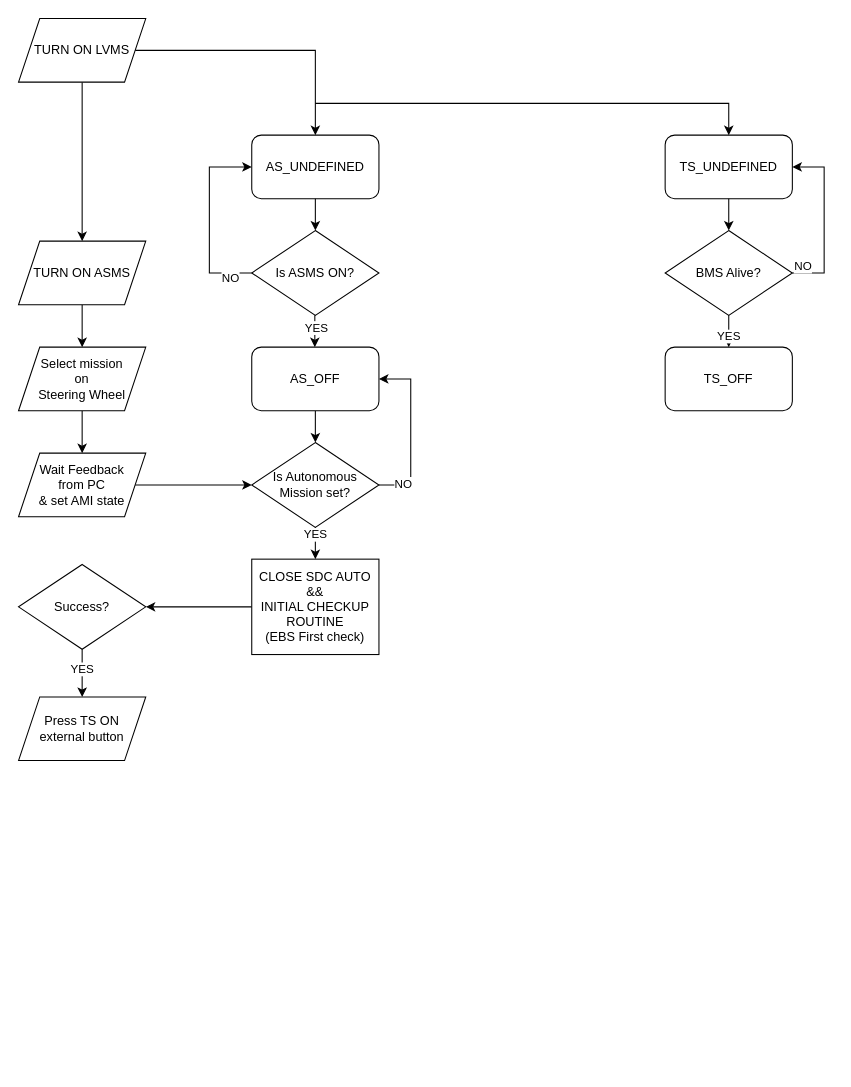
Before: Diagramma senza titolo.drawio in carloFerr/carloFerr, a draw.io diagram. Source tidied: cells renumbered, new cells numbered last; positions are measured from the earlier drawing's top-left corner, leaving out a move shared by most shapes. Both pictures are drawn from the tidied source at 106%, with x=0, y=0 at pixel (18, 18).
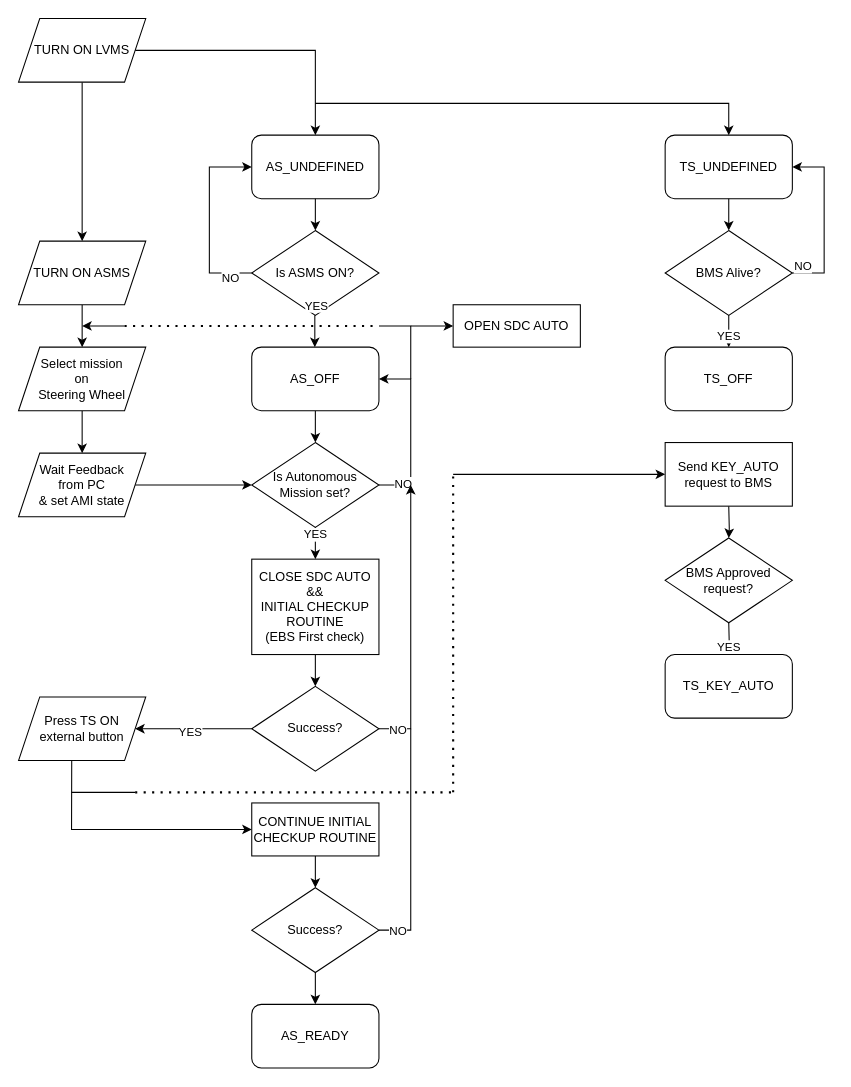
Above is the later version.

Unchanged cells that the change refers to:
```xml
<mxCell id="19" style="endArrow=classic;html=1;rounded=0;exitX=0.5;exitY=1;exitDx=0;exitDy=0;entryX=0.5;entryY=0;entryDx=0;entryDy=0;" parent="1" edge="1">
  <mxGeometry relative="1" as="geometry">
    <mxPoint x="279.5" y="280" as="sourcePoint" />
    <mxPoint x="279.5" y="310" as="targetPoint" />
  </mxGeometry>
</mxCell>
<mxCell id="36" value="Press TS ON&lt;br&gt;external button" style="shape=parallelogram;perimeter=parallelogramPerimeter;whiteSpace=wrap;html=1;fixedSize=1;" parent="1" vertex="1">
  <mxGeometry y="640" width="120" height="60" as="geometry" />
</mxCell>
```

Change to the diagram source:
```diff
@@
     <mxCell id="20" value="YES" style="edgeLabel;html=1;align=center;verticalAlign=middle;" parent="19" vertex="1">
-      <mxGeometry x="-0.25" y="1" relative="1" as="geometry" />
+      <mxGeometry x="-0.25" y="1" relative="1" as="geometry">
+        <mxPoint y="-21" as="offset" />
+      </mxGeometry>
     </mxCell>
@@
+    <mxCell id="39" value="Success?" style="rhombus;whiteSpace=wrap;html=1;" parent="1" vertex="1">
+      <mxGeometry x="220" y="630" width="120" height="80" as="geometry" />
+    </mxCell>
+    <mxCell id="40" style="endArrow=classic;html=1;rounded=0;exitX=1;exitY=0.5;exitDx=0;exitDy=0;" parent="1" edge="1" source="39">
+      <mxGeometry relative="1" as="geometry">
+        <mxPoint x="370" y="440" as="targetPoint" />
+        <Array as="points">
+          <mxPoint x="370" y="670" />
+        </Array>
+      </mxGeometry>
+    </mxCell>
+    <mxCell id="41" value="NO" style="edgeLabel;html=1;align=center;verticalAlign=middle;" parent="40" vertex="1">
+      <mxGeometry x="-0.87" relative="1" as="geometry" />
+    </mxCell>
+    <mxCell id="42" style="endArrow=none;html=1;rounded=0;" parent="1" edge="1">
+      <mxGeometry relative="1" as="geometry">
+        <mxPoint x="370" y="340" as="sourcePoint" />
+        <mxPoint x="340" y="290" as="targetPoint" />
+        <Array as="points">
+          <mxPoint x="370" y="290" />
+        </Array>
+      </mxGeometry>
+    </mxCell>
+    <mxCell id="43" style="endArrow=none;dashed=1;html=1;dashPattern=1 3;strokeWidth=2;rounded=0;" parent="1" edge="1">
+      <mxGeometry relative="1" as="geometry">
+        <mxPoint x="100" y="290" as="sourcePoint" />
+        <mxPoint x="340" y="290" as="targetPoint" />
+      </mxGeometry>
+    </mxCell>
+    <mxCell id="44" style="endArrow=classic;html=1;rounded=0;" parent="1" edge="1">
+      <mxGeometry relative="1" as="geometry">
+        <mxPoint x="100" y="290" as="sourcePoint" />
+        <mxPoint x="60" y="290" as="targetPoint" />
+      </mxGeometry>
+    </mxCell>
-    <mxCell id="37" style="edgeStyle=orthogonalEdgeStyle;rounded=0;jettySize=auto;html=1;" parent="1" edge="1" source="39" target="36">
+    <mxCell id="37" style="endArrow=classic;html=1;rounded=0;exitX=0;exitY=0.5;exitDx=0;exitDy=0;entryX=1;entryY=0.5;entryDx=0;entryDy=0;" parent="1" edge="1" source="39" target="36">
       <mxGeometry relative="1" as="geometry" />
     </mxCell>
-    <mxCell id="38" value="YES" style="edgeLabel;html=1;align=center;verticalAlign=middle;" parent="37" vertex="1">
-      <mxGeometry x="-0.22" y="-1" relative="1" as="geometry" />
-    </mxCell>
-    <mxCell id="39" value="Success?" style="rhombus;whiteSpace=wrap;html=1;" parent="1" vertex="1">
-      <mxGeometry y="515" width="120" height="80" as="geometry" />
-    </mxCell>
+    <mxCell id="45" value="YES" style="edgeLabel;html=1;align=center;verticalAlign=middle;" parent="37" vertex="1">
+      <mxGeometry x="0.07" y="2" relative="1" as="geometry" />
+    </mxCell>
+    <mxCell id="46" style="edgeStyle=orthogonalEdgeStyle;rounded=0;jettySize=auto;html=1;" parent="1" edge="1" source="47" target="49">
+      <mxGeometry relative="1" as="geometry" />
+    </mxCell>
+    <mxCell id="47" value="CONTINUE INITIAL CHECKUP ROUTINE" style="rounded=0;whiteSpace=wrap;html=1;" parent="1" vertex="1">
+      <mxGeometry x="220" y="740" width="120" height="50" as="geometry" />
+    </mxCell>
+    <mxCell id="48" style="endArrow=classic;html=1;rounded=0;exitX=0.418;exitY=1.008;exitDx=0;exitDy=0;exitPerimeter=0;entryX=0;entryY=0.5;entryDx=0;entryDy=0;" parent="1" edge="1" source="36" target="47">
+      <mxGeometry relative="1" as="geometry">
+        <Array as="points">
+          <mxPoint x="50" y="765" />
+        </Array>
+      </mxGeometry>
+    </mxCell>
+    <mxCell id="49" value="Success?" style="rhombus;whiteSpace=wrap;html=1;" parent="1" vertex="1">
+      <mxGeometry x="220" y="820" width="120" height="80" as="geometry" />
+    </mxCell>
+    <mxCell id="50" style="endArrow=none;html=1;rounded=0;exitX=1;exitY=0.5;exitDx=0;exitDy=0;" parent="1" edge="1" source="49">
+      <mxGeometry relative="1" as="geometry">
+        <mxPoint x="370" y="670" as="targetPoint" />
+        <Array as="points">
+          <mxPoint x="370" y="860" />
+        </Array>
+      </mxGeometry>
+    </mxCell>
+    <mxCell id="51" value="NO" style="edgeLabel;html=1;align=center;verticalAlign=middle;" parent="50" vertex="1">
+      <mxGeometry x="-0.85" relative="1" as="geometry" />
+    </mxCell>
+    <mxCell id="52" style="endArrow=classic;html=1;rounded=0;" parent="1" edge="1">
+      <mxGeometry relative="1" as="geometry">
+        <mxPoint x="370" y="290" as="sourcePoint" />
+        <mxPoint x="410" y="290" as="targetPoint" />
+      </mxGeometry>
+    </mxCell>
+    <mxCell id="53" value="OPEN SDC AUTO" style="rounded=0;whiteSpace=wrap;html=1;" parent="1" vertex="1">
+      <mxGeometry x="410" y="270" width="120" height="40" as="geometry" />
+    </mxCell>
+    <mxCell id="54" style="endArrow=classic;html=1;rounded=0;exitX=0.5;exitY=1;exitDx=0;exitDy=0;" parent="1" edge="1" source="49">
+      <mxGeometry relative="1" as="geometry">
+        <mxPoint x="280" y="930" as="targetPoint" />
+      </mxGeometry>
+    </mxCell>
+    <mxCell id="55" value="AS_READY" style="rounded=1;whiteSpace=wrap;html=1;" parent="1" vertex="1">
+      <mxGeometry x="220" y="930" width="120" height="60" as="geometry" />
+    </mxCell>
+    <mxCell id="56" style="endArrow=none;html=1;rounded=0;" parent="1" edge="1">
+      <mxGeometry relative="1" as="geometry">
+        <mxPoint x="50" y="730" as="sourcePoint" />
+        <mxPoint x="110" y="730" as="targetPoint" />
+      </mxGeometry>
+    </mxCell>
+    <mxCell id="57" style="endArrow=none;dashed=1;html=1;dashPattern=1 3;strokeWidth=2;rounded=0;" parent="1" edge="1">
+      <mxGeometry relative="1" as="geometry">
+        <mxPoint x="110" y="730" as="sourcePoint" />
+        <mxPoint x="410" y="730" as="targetPoint" />
+      </mxGeometry>
+    </mxCell>
+    <mxCell id="58" style="endArrow=classic;html=1;rounded=0;entryX=0;entryY=0.5;entryDx=0;entryDy=0;" parent="1" edge="1">
+      <mxGeometry relative="1" as="geometry">
+        <mxPoint x="410" y="430" as="sourcePoint" />
+        <mxPoint x="610" y="430" as="targetPoint" />
+      </mxGeometry>
+    </mxCell>
+    <mxCell id="59" style="edgeStyle=orthogonalEdgeStyle;rounded=0;jettySize=auto;html=1;" parent="1" edge="1" target="61">
+      <mxGeometry relative="1" as="geometry">
+        <mxPoint x="670" y="460" as="sourcePoint" />
+      </mxGeometry>
+    </mxCell>
+    <mxCell id="60" style="endArrow=none;dashed=1;html=1;dashPattern=1 3;strokeWidth=2;rounded=0;" parent="1" edge="1">
+      <mxGeometry relative="1" as="geometry">
+        <mxPoint x="410" y="730" as="sourcePoint" />
+        <mxPoint x="410" y="430" as="targetPoint" />
+      </mxGeometry>
+    </mxCell>
+    <mxCell id="61" value="BMS Approved request?" style="rhombus;whiteSpace=wrap;html=1;" parent="1" vertex="1">
+      <mxGeometry x="610" y="490" width="120" height="80" as="geometry" />
+    </mxCell>
+    <mxCell id="62" style="edgeStyle=orthogonalEdgeStyle;rounded=0;jettySize=auto;html=1;" parent="1" edge="1" target="64">
+      <mxGeometry relative="1" as="geometry">
+        <mxPoint x="670" y="570" as="sourcePoint" />
+      </mxGeometry>
+    </mxCell>
+    <mxCell id="63" value="YES" style="edgeLabel;html=1;align=center;verticalAlign=middle;" parent="62" vertex="1">
+      <mxGeometry x="0.54" y="-1" relative="1" as="geometry" />
+    </mxCell>
+    <mxCell id="64" value="TS_KEY_AUTO" style="rounded=1;whiteSpace=wrap;html=1;" parent="1" vertex="1">
+      <mxGeometry x="610" y="600" width="120" height="60" as="geometry" />
+    </mxCell>
+    <mxCell id="65" value="Send KEY_AUTO request to BMS" style="rounded=0;whiteSpace=wrap;html=1;" parent="1" vertex="1">
+      <mxGeometry x="610" y="400" width="120" height="60" as="geometry" />
+    </mxCell>
```
